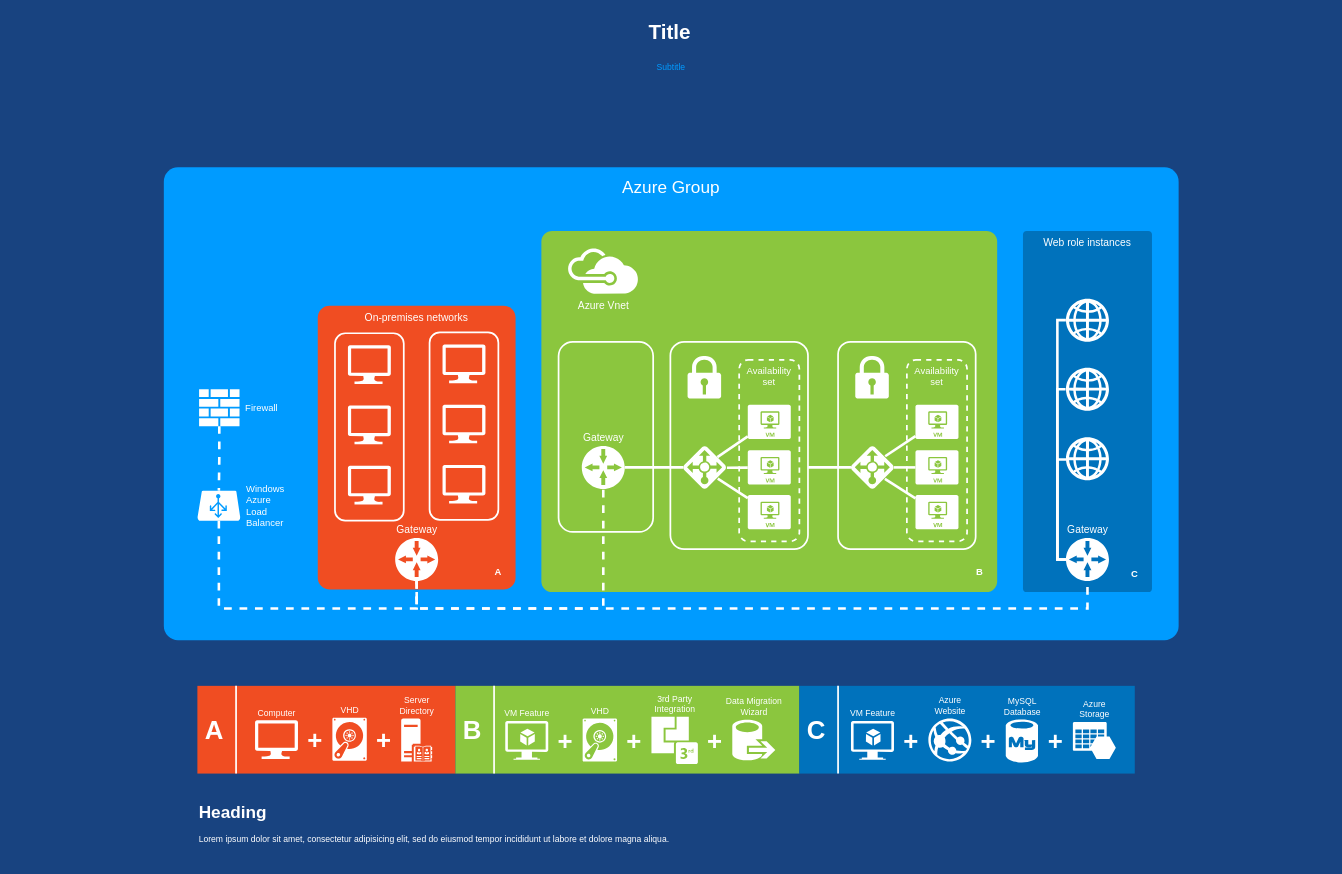
This is Untitled Diagram.drawio from github7791/MicroRabbit, a draw.io file, before an edit. Source tidied: cells renumbered, new cells numbered last; positions are measured from the earlier drawing's top-left corner, leaving out a move shared by most shapes. Both pictures are drawn from the tidied source at 86%, with x=0, y=0 at pixel (15, 15). Pictures stored in the file or linked from it are replaced by grey dashed boxes.
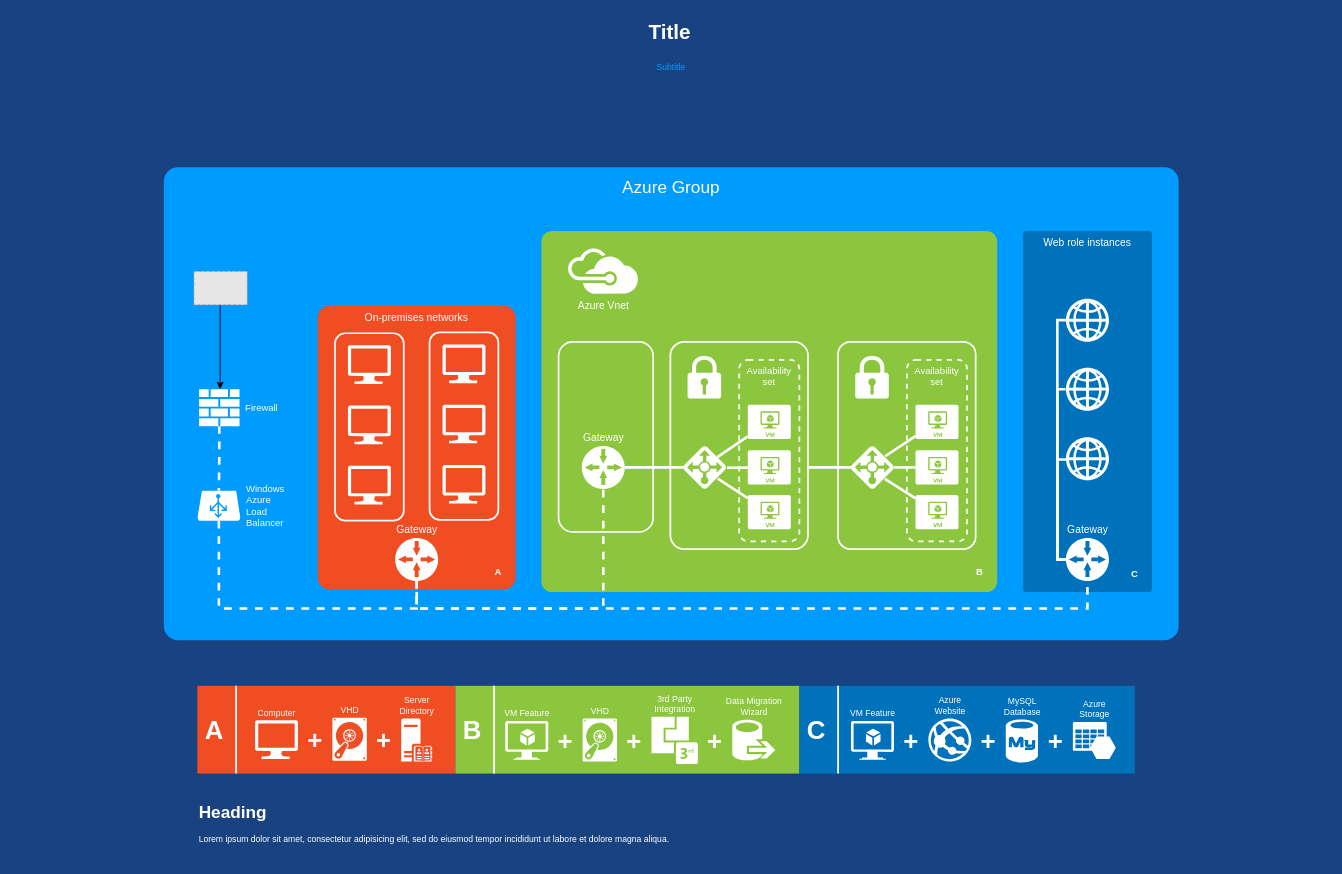
The same diagram, later.

The edit, as a diff of the source:
```diff
@@
+    <mxCell id="87" style="edgeStyle=orthogonalEdgeStyle;rounded=0;orthogonalLoop=1;jettySize=auto;html=1;entryX=0.66;entryY=0.116;entryDx=0;entryDy=0;entryPerimeter=0;" parent="1" edge="1">
+      <mxGeometry relative="1" as="geometry">
+        <mxPoint x="238.5" y="333" as="sourcePoint" />
+        <mxPoint x="238.5" y="435" as="targetPoint" />
+      </mxGeometry>
+    </mxCell>
+    <mxCell id="88" style="fillColor=#E6E6E6;strokeColor=#999999;dashed=1;verticalLabelPosition=bottom;labelBackgroundColor=#ffffff;verticalAlign=top;" parent="1" vertex="1">
+      <mxGeometry x="208" y="298" width="62" height="39" as="geometry" />
+    </mxCell>
```
